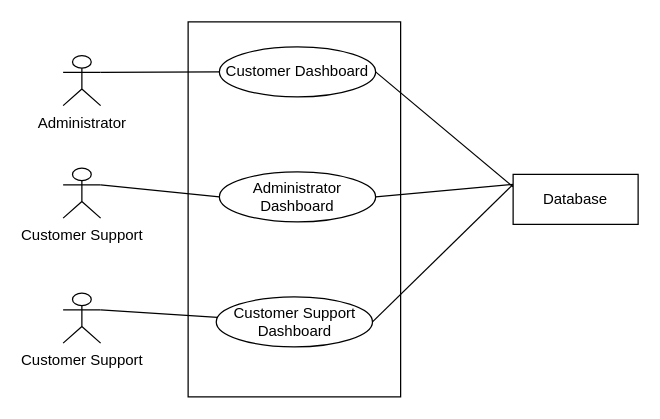
The draw.io diagram Software-Requirement-Specification/Use-Case-Diagrams/Level-1.2.drawio in fiercePanda007/SPL2-EcommerceWebApp, before the edit. Source tidied: cells renumbered, new cells numbered last; positions are measured from the earlier drawing's top-left corner, leaving out a move shared by most shapes. Both pictures are drawn from the tidied source at 125%, with x=0, y=0 at pixel (62, 21).
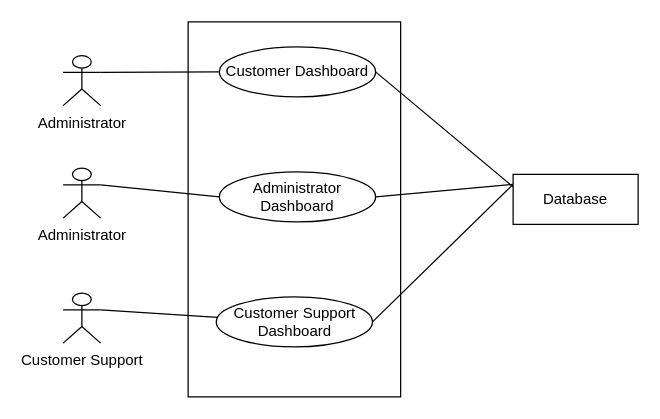
The same diagram, later.

Change to the diagram source:
```diff
@@
 <mxGraphModel>
   <root>
     <mxCell id="0" />
     <mxCell id="1" parent="0" />
     <mxCell id="2" style="rounded=0;whiteSpace=wrap;html=1;" parent="1" vertex="1">
       <mxGeometry x="100" width="170" height="300" as="geometry" />
     </mxCell>
     <mxCell id="3" style="edgeStyle=none;html=1;exitX=1;exitY=0.5;exitDx=0;exitDy=0;entryX=0;entryY=0.25;entryDx=0;entryDy=0;endArrow=none;endFill=0;" parent="1" edge="1" source="4" target="16">
       <mxGeometry relative="1" as="geometry" />
     </mxCell>
     <mxCell id="4" value="Customer Dashboard" style="ellipse;whiteSpace=wrap;html=1;" parent="1" vertex="1">
       <mxGeometry x="125" y="20" width="125" height="40" as="geometry" />
     </mxCell>
     <mxCell id="5" style="edgeStyle=none;html=1;exitX=1;exitY=0.5;exitDx=0;exitDy=0;endArrow=none;endFill=0;" parent="1" edge="1" source="6">
       <mxGeometry relative="1" as="geometry">
         <mxPoint x="360" y="130" as="targetPoint" />
       </mxGeometry>
     </mxCell>
     <mxCell id="6" value="Administrator Dashboard" style="ellipse;whiteSpace=wrap;html=1;" parent="1" vertex="1">
       <mxGeometry x="125" y="120" width="125" height="40" as="geometry" />
     </mxCell>
     <mxCell id="7" style="edgeStyle=none;html=1;exitX=1;exitY=0.5;exitDx=0;exitDy=0;endArrow=none;endFill=0;" parent="1" edge="1" source="8">
       <mxGeometry relative="1" as="geometry">
         <mxPoint x="360" y="130" as="targetPoint" />
       </mxGeometry>
     </mxCell>
     <mxCell id="8" value="Customer Support Dashboard" style="ellipse;whiteSpace=wrap;html=1;" parent="1" vertex="1">
       <mxGeometry x="122.5" y="220" width="125" height="40" as="geometry" />
     </mxCell>
     <mxCell id="9" style="group;" parent="1" vertex="1">
       <mxGeometry y="27" width="30" height="230" as="geometry" />
     </mxCell>
     <mxCell id="10" value="Administrator" style="shape=umlActor;verticalLabelPosition=bottom;verticalAlign=top;html=1;outlineConnect=0;" parent="9" vertex="1">
       <mxGeometry width="30" height="40" as="geometry" />
     </mxCell>
     <mxCell id="11" value="Customer Support" style="shape=umlActor;verticalLabelPosition=bottom;verticalAlign=top;html=1;outlineConnect=0;" parent="9" vertex="1">
       <mxGeometry y="190" width="30" height="40" as="geometry" />
     </mxCell>
-    <mxCell id="12" value="Customer Support" style="shape=umlActor;verticalLabelPosition=bottom;verticalAlign=top;html=1;outlineConnect=0;" parent="9" vertex="1">
+    <mxCell id="12" value="Administrator" style="shape=umlActor;verticalLabelPosition=bottom;verticalAlign=top;html=1;outlineConnect=0;" parent="9" vertex="1">
       <mxGeometry y="90" width="30" height="40" as="geometry" />
     </mxCell>
     <mxCell id="13" style="edgeStyle=none;html=1;exitX=1;exitY=0.3333333333333333;exitDx=0;exitDy=0;exitPerimeter=0;entryX=0;entryY=0.5;entryDx=0;entryDy=0;endArrow=none;endFill=0;" parent="1" edge="1" source="10" target="4">
       <mxGeometry relative="1" as="geometry" />
     </mxCell>
     <mxCell id="14" style="edgeStyle=none;html=1;exitX=1;exitY=0.3333333333333333;exitDx=0;exitDy=0;exitPerimeter=0;entryX=0;entryY=0.5;entryDx=0;entryDy=0;endArrow=none;endFill=0;" parent="1" edge="1" source="12" target="6">
       <mxGeometry relative="1" as="geometry" />
     </mxCell>
     <mxCell id="15" style="edgeStyle=none;html=1;exitX=1;exitY=0.3333333333333333;exitDx=0;exitDy=0;exitPerimeter=0;endArrow=none;endFill=0;" parent="1" edge="1" source="11" target="8">
       <mxGeometry relative="1" as="geometry" />
     </mxCell>
     <mxCell id="16" value="Database" style="rounded=0;whiteSpace=wrap;html=1;" parent="1" vertex="1">
       <mxGeometry x="360" y="122" width="100" height="40" as="geometry" />
     </mxCell>
   </root>
 </mxGraphModel>
```
